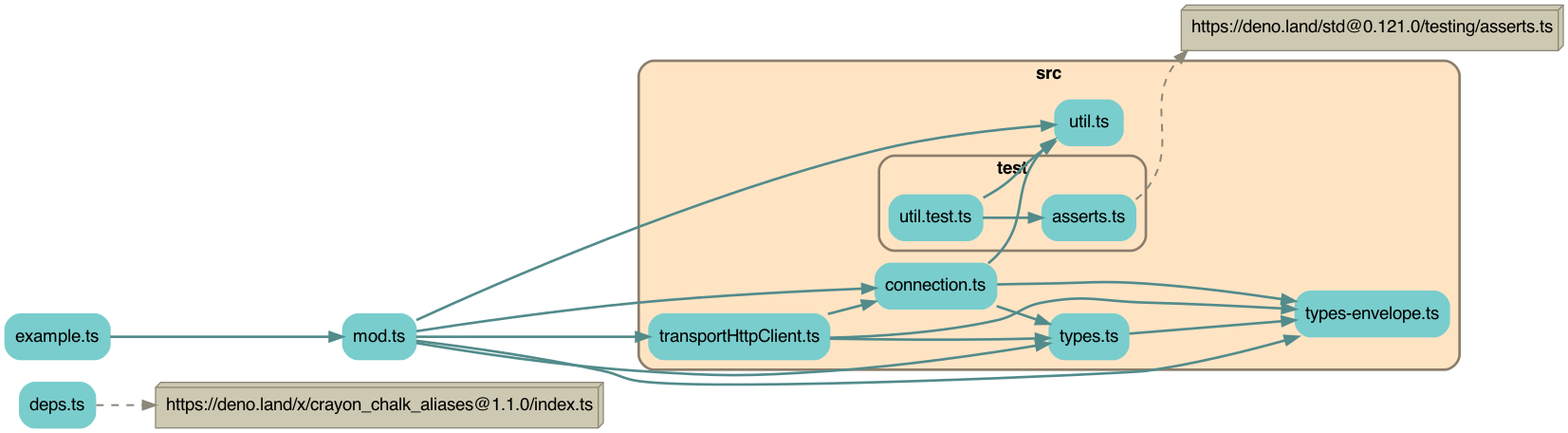
The Graphviz diagram depchart/depchart-full.png in earthstar-project/earthstar-streaming-rpc, before a commit. Its source is kept beside it as depchart/depchart-full.dot.
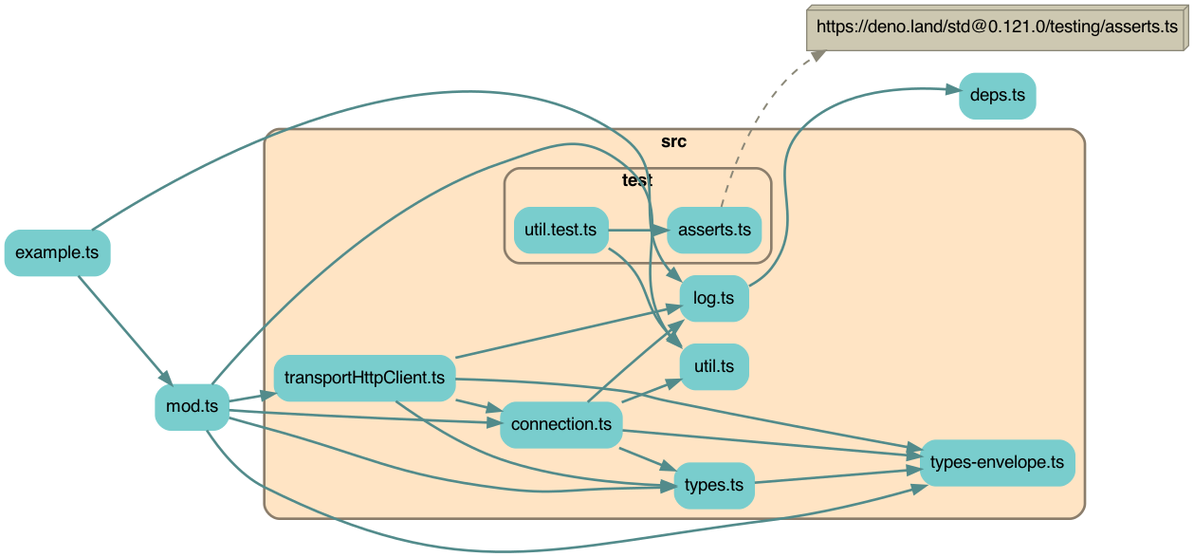
After the commit.

Commit message:
update depchart; note it can't see the crayon dependency

Change to the diagram source:
```diff
@@ -10,7 +10,7 @@
         "example.ts" [label="example.ts", shape=rectangle; style="rounded,filled"; color=darkslategray3];
         "mod.ts" [label="mod.ts", shape=rectangle; style="rounded,filled"; color=darkslategray3];
 
-        subgraph cluster9990352566 {
+        subgraph cluster5260739295 {
             label=<<b>src</b>>;
             style="rounded,filled";
             fillcolor=bisque;
@@ -18,12 +18,13 @@
             penwidth=2;
 
             "src/connection.ts" [label="connection.ts", shape=rectangle; style="rounded,filled"; color=darkslategray3];
+            "src/log.ts" [label="log.ts", shape=rectangle; style="rounded,filled"; color=darkslategray3];
             "src/transportHttpClient.ts" [label="transportHttpClient.ts", shape=rectangle; style="rounded,filled"; color=darkslategray3];
             "src/types-envelope.ts" [label="types-envelope.ts", shape=rectangle; style="rounded,filled"; color=darkslategray3];
             "src/types.ts" [label="types.ts", shape=rectangle; style="rounded,filled"; color=darkslategray3];
             "src/util.ts" [label="util.ts", shape=rectangle; style="rounded,filled"; color=darkslategray3];
 
-            subgraph cluster1270671271 {
+            subgraph cluster8468707883 {
                 label=<<b>test</b>>;
                 style="rounded,filled";
                 fillcolor=bisque;
@@ -35,10 +36,10 @@
             }
         }
 
-        "https://deno.land/x/crayon_chalk_aliases@1.1.0/index.ts" [shape=box3d, style=filled, fillcolor=cornsilk3, color=cornsilk4];
         "https://deno.land/std@0.121.0/testing/asserts.ts" [shape=box3d, style=filled, fillcolor=cornsilk3, color=cornsilk4];
 
     "example.ts" -> "mod.ts" [penwidth=2; color=darkslategray4];
+    "example.ts" -> "src/log.ts" [penwidth=2; color=darkslategray4];
     "mod.ts" -> "src/types-envelope.ts" [penwidth=2; color=darkslategray4];
     "mod.ts" -> "src/types.ts" [penwidth=2; color=darkslategray4];
     "mod.ts" -> "src/util.ts" [penwidth=2; color=darkslategray4];
@@ -47,14 +48,16 @@
     "src/connection.ts" -> "src/types.ts" [penwidth=2; color=darkslategray4];
     "src/connection.ts" -> "src/types-envelope.ts" [penwidth=2; color=darkslategray4];
     "src/connection.ts" -> "src/util.ts" [penwidth=2; color=darkslategray4];
+    "src/connection.ts" -> "src/log.ts" [penwidth=2; color=darkslategray4];
+    "src/log.ts" -> "deps.ts" [penwidth=2; color=darkslategray4];
     "src/test/util.test.ts" -> "src/test/asserts.ts" [penwidth=2; color=darkslategray4];
     "src/test/util.test.ts" -> "src/util.ts" [penwidth=2; color=darkslategray4];
     "src/transportHttpClient.ts" -> "src/types.ts" [penwidth=2; color=darkslategray4];
     "src/transportHttpClient.ts" -> "src/types-envelope.ts" [penwidth=2; color=darkslategray4];
     "src/transportHttpClient.ts" -> "src/connection.ts" [penwidth=2; color=darkslategray4];
+    "src/transportHttpClient.ts" -> "src/log.ts" [penwidth=2; color=darkslategray4];
     "src/types.ts" -> "src/types-envelope.ts" [penwidth=2; color=darkslategray4];
 
-    "deps.ts" -> "https://deno.land/x/crayon_chalk_aliases@1.1.0/index.ts" [penwidth=1.5; style=dashed, color=cornsilk4, weight=1];
     "src/test/asserts.ts" -> "https://deno.land/std@0.121.0/testing/asserts.ts" [penwidth=1.5; style=dashed, color=cornsilk4, weight=1];
 
 }
```
